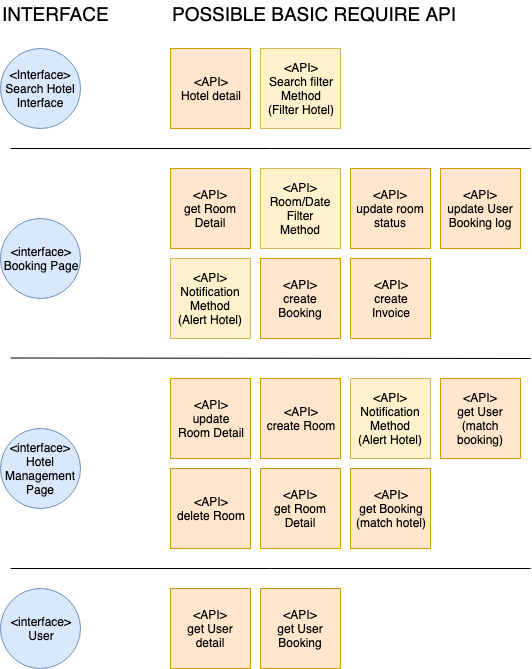
Above: ReadmeResource/apiStructure.png in RawitSHIE/HotelVendor (draw.io), before the change. Source tidied: cells renumbered, new cells last; positions are measured from the earlier drawing's top-left corner, leaving out a move shared by most shapes. Source of this version:
```xml
<mxGraphModel>
  <root>
    <mxCell id="0" />
    <mxCell id="1" parent="0" />
    <mxCell id="2" value="&amp;lt;API&amp;gt;&lt;br&gt;Search filter&lt;br&gt;Method&lt;br&gt;(Filter Hotel)" style="whiteSpace=wrap;html=1;fillColor=#fff2cc;strokeColor=#d6b656;" parent="1" vertex="1">
      <mxGeometry x="260" y="48" width="80" height="80" as="geometry" />
    </mxCell>
    <mxCell id="3" value="&amp;lt;API&amp;gt;&lt;br&gt;Hotel detail" style="whiteSpace=wrap;html=1;fillColor=#ffe6cc;strokeColor=#d79b00;" parent="1" vertex="1">
      <mxGeometry x="170" y="48" width="80" height="80" as="geometry" />
    </mxCell>
    <mxCell id="4" value="&amp;lt;API&amp;gt;&lt;br&gt;get Room Detail" style="whiteSpace=wrap;html=1;fillColor=#ffe6cc;strokeColor=#d79b00;" parent="1" vertex="1">
      <mxGeometry x="170" y="168" width="80" height="80" as="geometry" />
    </mxCell>
    <mxCell id="5" value="&amp;lt;API&amp;gt;&lt;br&gt;Notification Method&lt;br&gt;(Alert Hotel)" style="whiteSpace=wrap;html=1;fillColor=#fff2cc;strokeColor=#d6b656;" parent="1" vertex="1">
      <mxGeometry x="170" y="258" width="80" height="80" as="geometry" />
    </mxCell>
    <mxCell id="6" value="&amp;lt;API&amp;gt;&lt;br&gt;update&lt;br&gt;Room Detail" style="whiteSpace=wrap;html=1;fillColor=#ffe6cc;strokeColor=#d79b00;" parent="1" vertex="1">
      <mxGeometry x="170" y="378" width="80" height="80" as="geometry" />
    </mxCell>
    <mxCell id="7" value="&amp;lt;Interface&amp;gt;&lt;br&gt;Search Hotel Interface" style="ellipse;whiteSpace=wrap;html=1;fillColor=#dae8fc;strokeColor=#6c8ebf;" parent="1" vertex="1">
      <mxGeometry y="48" width="80" height="80" as="geometry" />
    </mxCell>
    <mxCell id="8" value="&amp;lt;interface&amp;gt;&lt;br&gt;Booking Page" style="ellipse;whiteSpace=wrap;html=1;fillColor=#dae8fc;strokeColor=#6c8ebf;" parent="1" vertex="1">
      <mxGeometry y="218" width="80" height="80" as="geometry" />
    </mxCell>
    <mxCell id="9" value="&amp;lt;API&amp;gt;&lt;br&gt;Room/Date Filter&lt;br&gt;Method" style="whiteSpace=wrap;html=1;fillColor=#fff2cc;strokeColor=#d6b656;" parent="1" vertex="1">
      <mxGeometry x="260" y="168" width="80" height="80" as="geometry" />
    </mxCell>
    <mxCell id="10" value="&amp;lt;API&amp;gt;&lt;br&gt;create&lt;br&gt;Invoice" style="whiteSpace=wrap;html=1;fillColor=#ffe6cc;strokeColor=#d79b00;" parent="1" vertex="1">
      <mxGeometry x="350" y="258" width="80" height="80" as="geometry" />
    </mxCell>
    <mxCell id="11" value="&amp;lt;API&amp;gt;&lt;br&gt;create Booking" style="whiteSpace=wrap;html=1;fillColor=#ffe6cc;strokeColor=#d79b00;" parent="1" vertex="1">
      <mxGeometry x="260" y="258" width="80" height="80" as="geometry" />
    </mxCell>
    <mxCell id="12" value="&amp;lt;API&amp;gt;&lt;br&gt;update room status" style="whiteSpace=wrap;html=1;fillColor=#ffe6cc;strokeColor=#d79b00;" parent="1" vertex="1">
      <mxGeometry x="350" y="168" width="80" height="80" as="geometry" />
    </mxCell>
    <mxCell id="13" value="&amp;lt;API&amp;gt;&lt;br&gt;update User Booking log" style="whiteSpace=wrap;html=1;fillColor=#ffe6cc;strokeColor=#d79b00;" parent="1" vertex="1">
      <mxGeometry x="440" y="168" width="80" height="80" as="geometry" />
    </mxCell>
    <mxCell id="14" value="&amp;lt;API&amp;gt;&lt;br&gt;create Room" style="whiteSpace=wrap;html=1;fillColor=#ffe6cc;strokeColor=#d79b00;" parent="1" vertex="1">
      <mxGeometry x="260" y="378" width="80" height="80" as="geometry" />
    </mxCell>
    <mxCell id="15" style="endArrow=none;html=1;" parent="1" edge="1">
      <mxGeometry relative="1" as="geometry">
        <mxPoint x="10" y="148" as="sourcePoint" />
        <mxPoint x="530" y="148" as="targetPoint" />
      </mxGeometry>
    </mxCell>
    <mxCell id="16" style="endArrow=none;html=1;" parent="1" edge="1">
      <mxGeometry relative="1" as="geometry">
        <mxPoint x="10" y="357.5" as="sourcePoint" />
        <mxPoint x="530" y="358" as="targetPoint" />
      </mxGeometry>
    </mxCell>
    <mxCell id="17" value="&amp;lt;interface&amp;gt;&lt;br&gt;Hotel Management Page" style="ellipse;whiteSpace=wrap;html=1;fillColor=#dae8fc;strokeColor=#6c8ebf;" parent="1" vertex="1">
      <mxGeometry y="428" width="80" height="80" as="geometry" />
    </mxCell>
    <mxCell id="18" value="&amp;lt;API&amp;gt;&lt;br&gt;delete Room" style="whiteSpace=wrap;html=1;fillColor=#ffe6cc;strokeColor=#d79b00;" parent="1" vertex="1">
      <mxGeometry x="170" y="468" width="80" height="80" as="geometry" />
    </mxCell>
    <mxCell id="19" value="&amp;lt;API&amp;gt;&lt;br&gt;Notification Method&lt;br&gt;(Alert Hotel)" style="whiteSpace=wrap;html=1;fillColor=#fff2cc;strokeColor=#d6b656;" parent="1" vertex="1">
      <mxGeometry x="350" y="378" width="80" height="80" as="geometry" />
    </mxCell>
    <mxCell id="20" value="&amp;lt;API&amp;gt;&lt;br&gt;get Room Detail" style="whiteSpace=wrap;html=1;fillColor=#ffe6cc;strokeColor=#d79b00;" parent="1" vertex="1">
      <mxGeometry x="260" y="468" width="80" height="80" as="geometry" />
    </mxCell>
    <mxCell id="21" value="&amp;lt;interface&amp;gt;&lt;br&gt;User" style="ellipse;whiteSpace=wrap;html=1;fillColor=#dae8fc;strokeColor=#6c8ebf;" parent="1" vertex="1">
      <mxGeometry y="588" width="80" height="80" as="geometry" />
    </mxCell>
    <mxCell id="22" style="endArrow=none;html=1;" parent="1" edge="1">
      <mxGeometry relative="1" as="geometry">
        <mxPoint x="10" y="568" as="sourcePoint" />
        <mxPoint x="530" y="568" as="targetPoint" />
      </mxGeometry>
    </mxCell>
    <mxCell id="23" value="&amp;lt;API&amp;gt;&lt;br&gt;get Booking&lt;br&gt;(match hotel)" style="whiteSpace=wrap;html=1;fillColor=#ffe6cc;strokeColor=#d79b00;" parent="1" vertex="1">
      <mxGeometry x="350" y="468" width="80" height="80" as="geometry" />
    </mxCell>
    <mxCell id="24" value="&amp;lt;API&amp;gt;&lt;br&gt;get User&lt;br&gt;(match booking)" style="whiteSpace=wrap;html=1;fillColor=#ffe6cc;strokeColor=#d79b00;" parent="1" vertex="1">
      <mxGeometry x="440" y="378" width="80" height="80" as="geometry" />
    </mxCell>
    <mxCell id="25" value="&amp;lt;API&amp;gt;&lt;br&gt;get User detail" style="whiteSpace=wrap;html=1;fillColor=#ffe6cc;strokeColor=#d79b00;" parent="1" vertex="1">
      <mxGeometry x="170" y="588" width="80" height="80" as="geometry" />
    </mxCell>
    <mxCell id="26" value="&amp;lt;API&amp;gt;&lt;br&gt;get User Booking" style="whiteSpace=wrap;html=1;fillColor=#ffe6cc;strokeColor=#d79b00;" parent="1" vertex="1">
      <mxGeometry x="260" y="588" width="80" height="80" as="geometry" />
    </mxCell>
    <mxCell id="27" value="&lt;font style=&quot;font-size: 19px&quot;&gt;INTERFACE&lt;/font&gt;" style="text;html=1;align=left;verticalAlign=top;spacingTop=-4;strokeWidth=1;" parent="1" vertex="1">
      <mxGeometry width="120" height="20" as="geometry" />
    </mxCell>
    <mxCell id="28" value="&lt;font style=&quot;font-size: 19px&quot;&gt;POSSIBLE BASIC REQUIRE API&lt;/font&gt;" style="text;html=1;align=left;verticalAlign=top;spacingTop=-4;strokeWidth=1;" parent="1" vertex="1">
      <mxGeometry x="170" width="300" height="20" as="geometry" />
    </mxCell>
  </root>
</mxGraphModel>
```
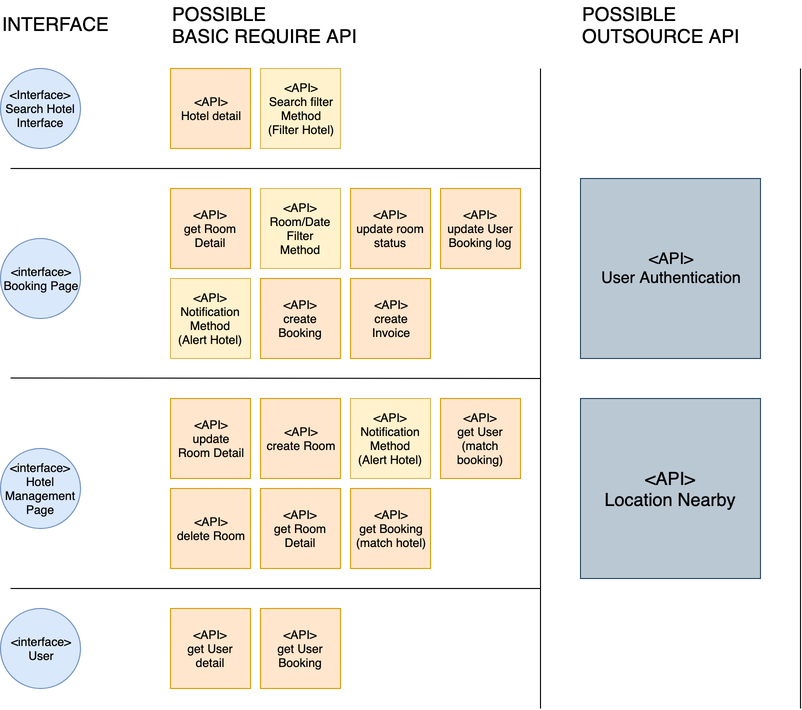
After the commit.

Commit message:
updated api structure overview

Diff of the diagram source:
```diff
@@ -44,13 +44,13 @@
     <mxCell id="15" style="endArrow=none;html=1;" parent="1" edge="1">
       <mxGeometry relative="1" as="geometry">
         <mxPoint x="10" y="148" as="sourcePoint" />
-        <mxPoint x="530" y="148" as="targetPoint" />
+        <mxPoint x="540" y="148" as="targetPoint" />
       </mxGeometry>
     </mxCell>
     <mxCell id="16" style="endArrow=none;html=1;" parent="1" edge="1">
       <mxGeometry relative="1" as="geometry">
         <mxPoint x="10" y="357.5" as="sourcePoint" />
-        <mxPoint x="530" y="358" as="targetPoint" />
+        <mxPoint x="540" y="358" as="targetPoint" />
       </mxGeometry>
     </mxCell>
     <mxCell id="17" value="&amp;lt;interface&amp;gt;&lt;br&gt;Hotel Management Page" style="ellipse;whiteSpace=wrap;html=1;fillColor=#dae8fc;strokeColor=#6c8ebf;" parent="1" vertex="1">
@@ -71,7 +71,7 @@
     <mxCell id="22" style="endArrow=none;html=1;" parent="1" edge="1">
       <mxGeometry relative="1" as="geometry">
         <mxPoint x="10" y="568" as="sourcePoint" />
-        <mxPoint x="530" y="568" as="targetPoint" />
+        <mxPoint x="540" y="568" as="targetPoint" />
       </mxGeometry>
     </mxCell>
     <mxCell id="23" value="&amp;lt;API&amp;gt;&lt;br&gt;get Booking&lt;br&gt;(match hotel)" style="whiteSpace=wrap;html=1;fillColor=#ffe6cc;strokeColor=#d79b00;" parent="1" vertex="1">
@@ -87,10 +87,31 @@
       <mxGeometry x="260" y="588" width="80" height="80" as="geometry" />
     </mxCell>
     <mxCell id="27" value="&lt;font style=&quot;font-size: 19px&quot;&gt;INTERFACE&lt;/font&gt;" style="text;html=1;align=left;verticalAlign=top;spacingTop=-4;strokeWidth=1;" parent="1" vertex="1">
-      <mxGeometry width="120" height="20" as="geometry" />
+      <mxGeometry y="-10" width="120" height="20" as="geometry" />
     </mxCell>
-    <mxCell id="28" value="&lt;font style=&quot;font-size: 19px&quot;&gt;POSSIBLE BASIC REQUIRE API&lt;/font&gt;" style="text;html=1;align=left;verticalAlign=top;spacingTop=-4;strokeWidth=1;" parent="1" vertex="1">
-      <mxGeometry x="170" width="300" height="20" as="geometry" />
+    <mxCell id="28" value="&lt;font style=&quot;font-size: 19px&quot;&gt;POSSIBLE &lt;br&gt;BASIC REQUIRE API&lt;/font&gt;" style="text;html=1;align=left;verticalAlign=top;spacingTop=-4;strokeWidth=1;" parent="1" vertex="1">
+      <mxGeometry x="170" y="-20" width="200" height="40" as="geometry" />
     </mxCell>
+    <mxCell id="29" style="endArrow=none;html=1;" parent="1" edge="1">
+      <mxGeometry relative="1" as="geometry">
+        <mxPoint x="540" y="688" as="sourcePoint" />
+        <mxPoint x="540" y="48" as="targetPoint" />
+      </mxGeometry>
+    </mxCell>
+    <mxCell id="30" value="&lt;font style=&quot;font-size: 16px&quot;&gt;&amp;lt;API&amp;gt;&lt;br&gt;User Authentication&lt;/font&gt;" style="whiteSpace=wrap;html=1;fillColor=#bac8d3;strokeColor=#23445d;" parent="1" vertex="1">
+      <mxGeometry x="580" y="158" width="180" height="180" as="geometry" />
+    </mxCell>
+    <mxCell id="31" value="&lt;font style=&quot;font-size: 19px&quot;&gt;POSSIBLE &lt;br&gt;OUTSOURCE API&lt;/font&gt;" style="text;html=1;align=left;verticalAlign=top;spacingTop=-4;strokeWidth=1;" parent="1" vertex="1">
+      <mxGeometry x="580" y="-20" width="170" height="40" as="geometry" />
+    </mxCell>
+    <mxCell id="32" value="&lt;font style=&quot;font-size: 18px&quot;&gt;&amp;lt;API&amp;gt;&lt;br&gt;Location Nearby&lt;/font&gt;" style="whiteSpace=wrap;html=1;fillColor=#bac8d3;strokeColor=#23445d;" parent="1" vertex="1">
+      <mxGeometry x="580" y="378" width="180" height="180" as="geometry" />
+    </mxCell>
+    <mxCell id="33" style="endArrow=none;html=1;" parent="1" edge="1">
+      <mxGeometry relative="1" as="geometry">
+        <mxPoint x="800" y="688" as="sourcePoint" />
+        <mxPoint x="800" y="48" as="targetPoint" />
+      </mxGeometry>
+    </mxCell>
   </root>
 </mxGraphModel>
```
